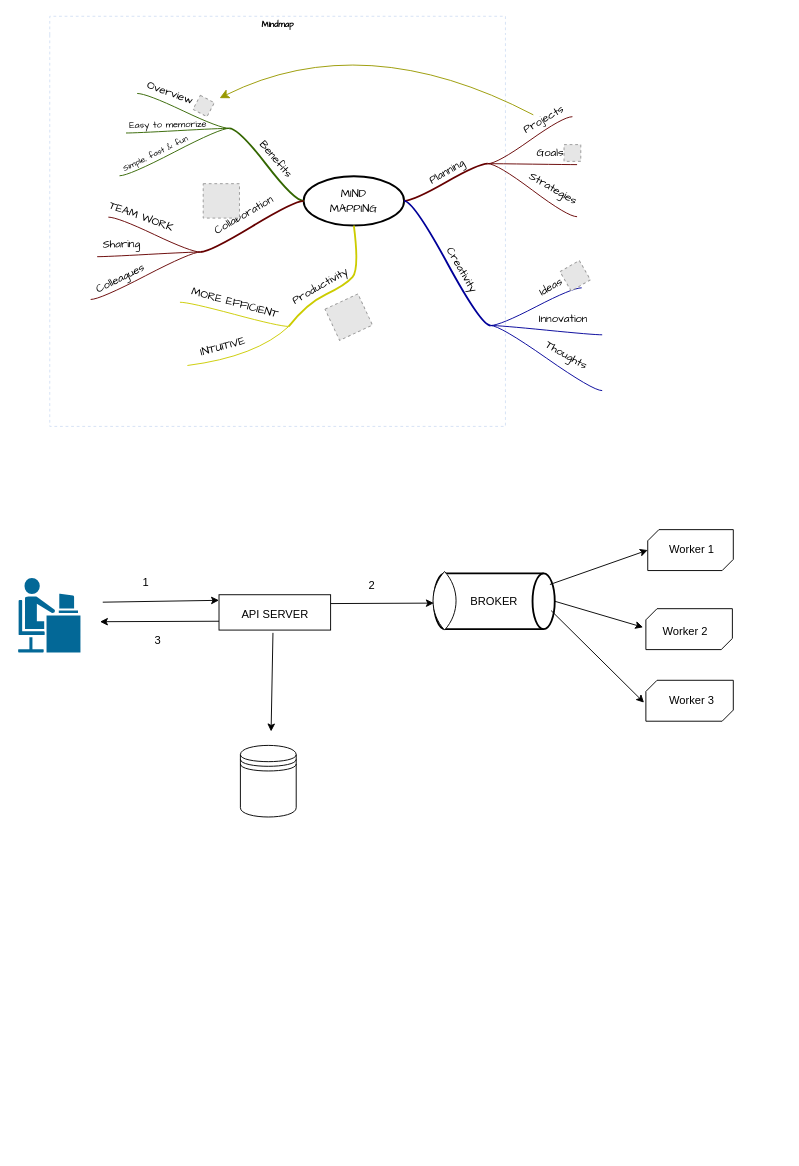
Earlier version of the draw.io diagram Untitled Diagram.drawio (nikasbandaru/codewithnikas1). Source tidied: cells renumbered, new cells numbered last; positions are measured from the earlier drawing's top-left corner, leaving out a move shared by most shapes. Both pictures are drawn from the tidied source at 93%, with x=0, y=0 at pixel (17, 16). Pictures stored in the file or linked from it are replaced by grey dashed boxes.
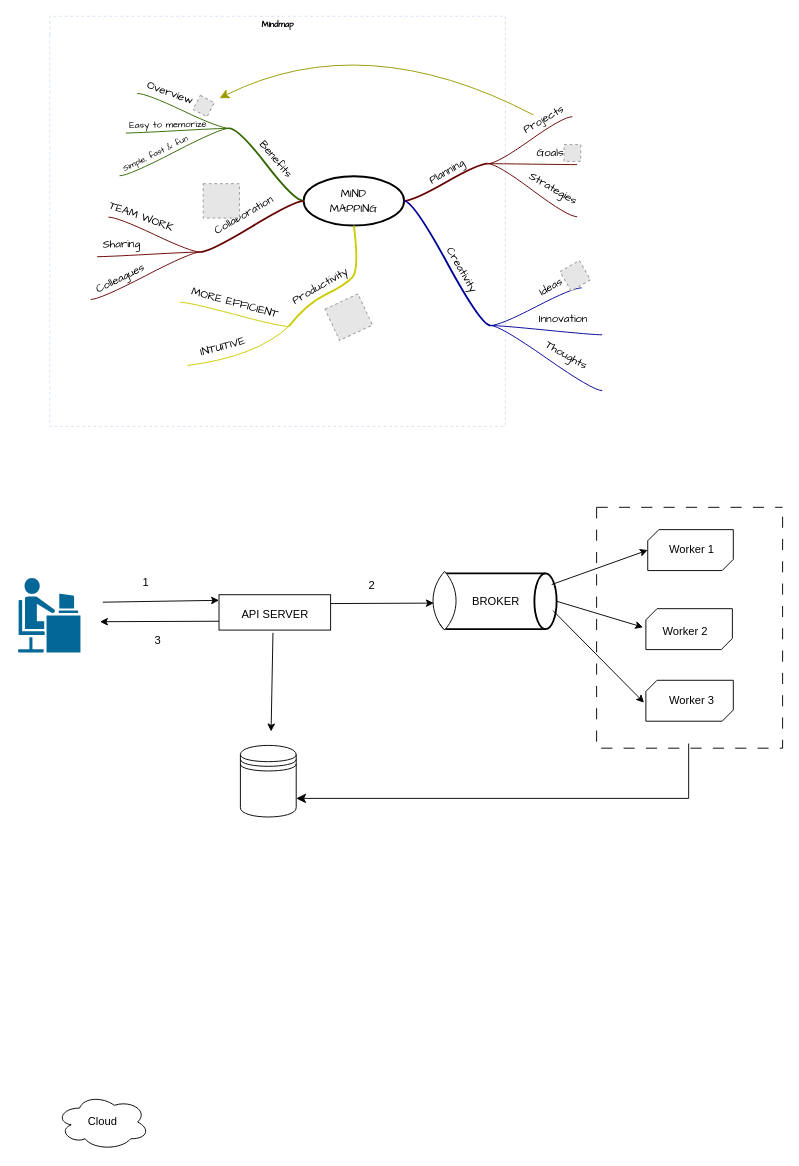
Above is the later version.

What changed in the source:
```diff
@@
     <mxCell id="79" value="BROKER" style="strokeWidth=2;html=1;shape=mxgraph.flowchart.direct_data;whiteSpace=wrap;" parent="1" vertex="1">
-      <mxGeometry x="448" y="599" width="130" height="60" as="geometry" />
+      <mxGeometry x="450" y="599" width="130" height="60" as="geometry" />
     </mxCell>
@@
+    <mxCell id="94" style="edgeStyle=segmentEdgeStyle;endArrow=classic;html=1;curved=0;rounded=0;endSize=8;startSize=8;" parent="1" edge="1">
+      <mxGeometry relative="1" as="geometry">
+        <mxPoint x="722" y="782" as="sourcePoint" />
+        <mxPoint x="300" y="841" as="targetPoint" />
+        <Array as="points">
+          <mxPoint x="722" y="782" />
+          <mxPoint x="722" y="841" />
+        </Array>
+      </mxGeometry>
+    </mxCell>
+    <mxCell id="95" style="swimlane;startSize=0;dashed=1;swimlaneFillColor=none;dashPattern=12 12;" parent="1" vertex="1">
+      <mxGeometry x="623" y="528" width="200" height="259" as="geometry" />
+    </mxCell>
+    <mxCell id="96" value="Cloud" style="ellipse;shape=cloud;whiteSpace=wrap;html=1;align=center;" parent="1" vertex="1">
+      <mxGeometry x="42" y="1159" width="100" height="60" as="geometry" />
+    </mxCell>
```
